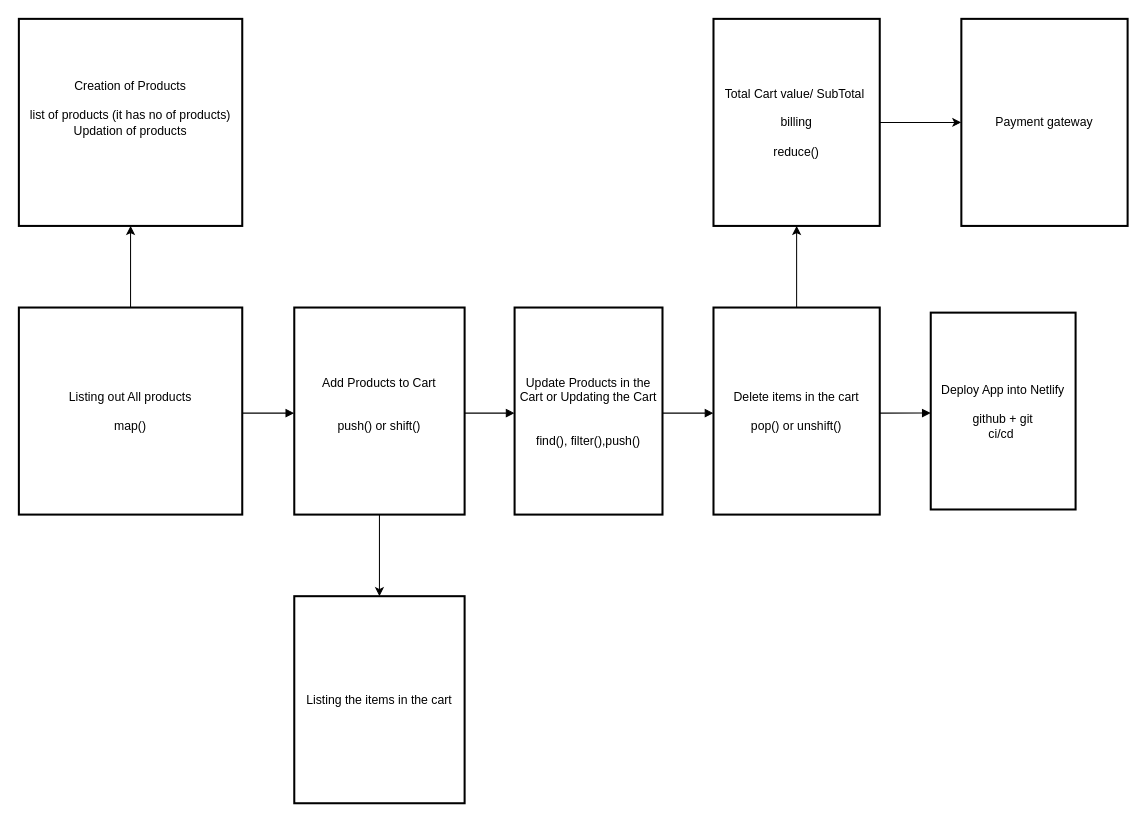
This is E-Cart.drawio from Prasanna-collab/ecart-tut-session, a draw.io file, before an edit. Source tidied: cells renumbered, new cells numbered last; positions are measured from the earlier drawing's top-left corner, leaving out a move shared by most shapes. Both pictures are drawn from the tidied source at 102%, with x=0, y=0 at pixel (18, 18).
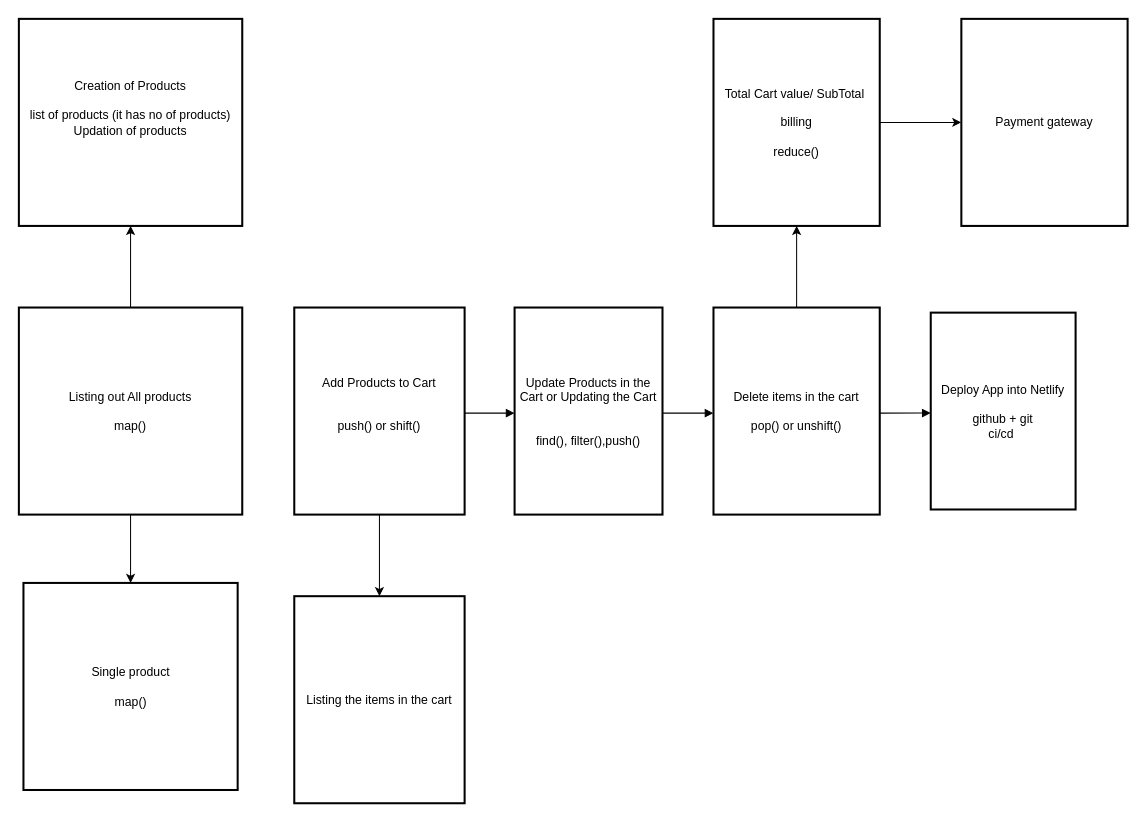
The same diagram, later.

Commit message (it also covers changes not shown here):
Product Page

Diff of the diagram source:
```diff
@@
 <mxGraphModel>
   <root>
     <mxCell id="0" />
     <mxCell id="1" parent="0" />
     <mxCell id="2" style="edgeStyle=orthogonalEdgeStyle;rounded=0;jettySize=auto;html=1;" parent="1" edge="1" source="3" target="14">
       <mxGeometry relative="1" as="geometry" />
     </mxCell>
+    <mxCell id="19" style="edgeStyle=orthogonalEdgeStyle;rounded=0;jettySize=auto;html=1;" parent="1" edge="1" source="3" target="20">
+      <mxGeometry relative="1" as="geometry" />
+    </mxCell>
     <mxCell id="3" value="Listing out All products&#10;&#10;map()" style="whiteSpace=wrap;strokeWidth=2;" parent="1" vertex="1">
       <mxGeometry y="283" width="219" height="203" as="geometry" />
     </mxCell>
     <mxCell id="4" style="edgeStyle=orthogonalEdgeStyle;rounded=0;jettySize=auto;html=1;" parent="1" edge="1" source="5" target="18">
       <mxGeometry relative="1" as="geometry" />
     </mxCell>
     <mxCell id="5" value="Add Products to Cart&#10;&#10;&#10;push() or shift()&#10;" style="whiteSpace=wrap;strokeWidth=2;" parent="1" vertex="1">
       <mxGeometry x="270" y="283" width="167" height="203" as="geometry" />
     </mxCell>
     <mxCell id="6" value="Update Products in the Cart or Updating the Cart&#10;&#10;&#10;find(), filter(),push()" style="whiteSpace=wrap;strokeWidth=2;" parent="1" vertex="1">
       <mxGeometry x="486" y="283" width="145" height="203" as="geometry" />
     </mxCell>
     <mxCell id="7" style="edgeStyle=orthogonalEdgeStyle;rounded=0;jettySize=auto;html=1;" parent="1" edge="1" source="8" target="16">
       <mxGeometry relative="1" as="geometry" />
     </mxCell>
     <mxCell id="8" value="Delete items in the cart&#10;&#10;pop() or unshift()" style="whiteSpace=wrap;strokeWidth=2;" parent="1" vertex="1">
       <mxGeometry x="681" y="283" width="163" height="203" as="geometry" />
     </mxCell>
     <mxCell id="9" value="Deploy App into Netlify&#10;&#10;github + git&#10;ci/cd " style="whiteSpace=wrap;strokeWidth=2;" parent="1" vertex="1">
       <mxGeometry x="894" y="288" width="142" height="193" as="geometry" />
     </mxCell>
-    <mxCell id="10" style="curved=1;startArrow=none;endArrow=block;exitX=1;exitY=0.51;entryX=0;entryY=0.51;" parent="1" edge="1" source="3" target="5">
-      <mxGeometry relative="1" as="geometry" />
-    </mxCell>
     <mxCell id="11" style="curved=1;startArrow=none;endArrow=block;exitX=1;exitY=0.51;entryX=0;entryY=0.51;" parent="1" edge="1" source="5" target="6">
       <mxGeometry relative="1" as="geometry" />
     </mxCell>
     <mxCell id="12" style="curved=1;startArrow=none;endArrow=block;exitX=1;exitY=0.51;entryX=0;entryY=0.51;" parent="1" edge="1" source="6" target="8">
       <mxGeometry relative="1" as="geometry" />
     </mxCell>
     <mxCell id="13" style="curved=1;startArrow=none;endArrow=block;exitX=1;exitY=0.51;entryX=0;entryY=0.51;" parent="1" edge="1" source="8" target="9">
       <mxGeometry relative="1" as="geometry" />
     </mxCell>
     <mxCell id="14" value="Creation of Products&#10;&#10;list of products (it has no of products)&#10;Updation of products&#10;&#10;" style="whiteSpace=wrap;strokeWidth=2;" parent="1" vertex="1">
       <mxGeometry width="219" height="203" as="geometry" />
     </mxCell>
     <mxCell id="15" style="edgeStyle=orthogonalEdgeStyle;rounded=0;jettySize=auto;html=1;" parent="1" edge="1" source="16" target="17">
       <mxGeometry relative="1" as="geometry" />
     </mxCell>
     <mxCell id="16" value="Total Cart value/ SubTotal &#10;&#10;billing&#10;&#10;reduce()" style="whiteSpace=wrap;strokeWidth=2;" parent="1" vertex="1">
       <mxGeometry x="681" width="163" height="203" as="geometry" />
     </mxCell>
     <mxCell id="17" value="Payment gateway" style="whiteSpace=wrap;strokeWidth=2;" parent="1" vertex="1">
       <mxGeometry x="924" width="163" height="203" as="geometry" />
     </mxCell>
     <mxCell id="18" value="Listing the items in the cart" style="whiteSpace=wrap;strokeWidth=2;" parent="1" vertex="1">
       <mxGeometry x="270" y="566" width="167" height="203" as="geometry" />
     </mxCell>
+    <mxCell id="20" value="Single product&#10;&#10;map()" style="whiteSpace=wrap;strokeWidth=2;" parent="1" vertex="1">
+      <mxGeometry x="4.5" y="553" width="210" height="203" as="geometry" />
+    </mxCell>
   </root>
 </mxGraphModel>
```
